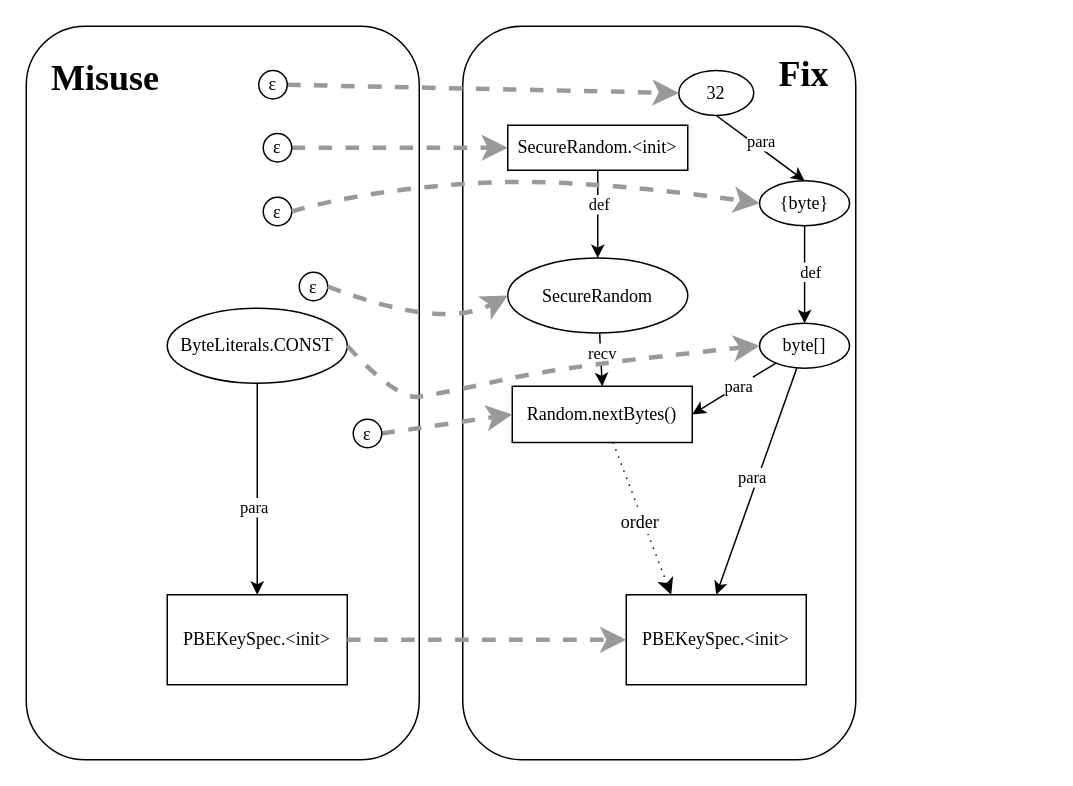
Before: 4-3变更模式.drawio in ToJ112/pic-md, a draw.io diagram. Source tidied: cells renumbered, new cells numbered last; positions are measured from the earlier drawing's top-left corner, leaving out a move shared by most shapes. Both pictures are drawn from the tidied source at 150%, with x=0, y=0 at pixel (26, 26).
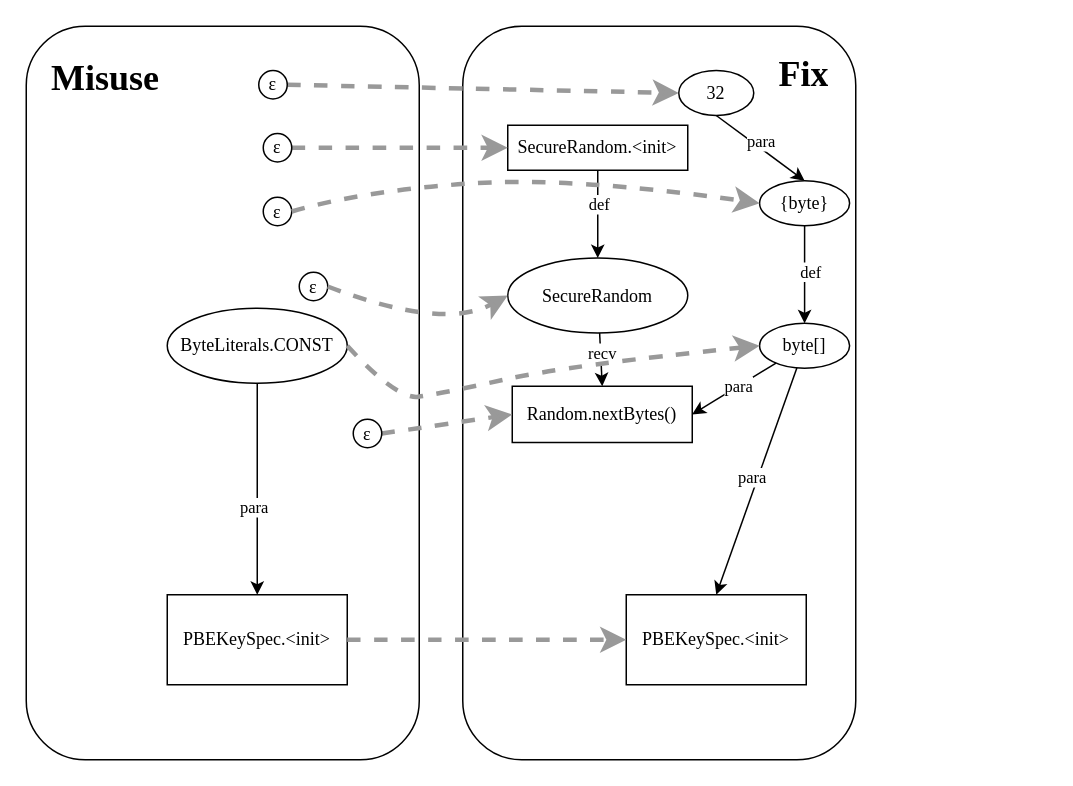
The same diagram, later.

Commit message (it also covers changes not shown here):
更新4-3变更模式.drawio

The change refers to these unchanged cells:
```xml
<mxCell id="13" value="Random.nextBytes()" style="rounded=0;whiteSpace=wrap;html=1;fontFamily=Times New Roman;" parent="1" vertex="1">
  <mxGeometry x="324" y="240" width="120" height="37.5" as="geometry" />
</mxCell>
<mxCell id="14" value="PBEKeySpec.&amp;lt;init&amp;gt;" style="rounded=0;whiteSpace=wrap;html=1;fontFamily=Times New Roman;" parent="1" vertex="1">
  <mxGeometry x="400" y="379" width="120" height="60" as="geometry" />
</mxCell>
```

Change to the diagram source:
```diff
@@
-    <mxCell id="37" style="endArrow=classic;html=1;rounded=0;fontSize=12;startSize=8;endSize=8;curved=1;entryX=0.25;entryY=0;entryDx=0;entryDy=0;dashed=1;dashPattern=1 4;" parent="1" edge="1" source="13" target="14">
-      <mxGeometry relative="1" as="geometry" />
-    </mxCell>
-    <mxCell id="38" value="order" style="edgeLabel;html=1;align=center;verticalAlign=middle;fontSize=12;fontFamily=Times New Roman;" parent="37" vertex="1">
-      <mxGeometry x="0.03" y="-3" relative="1" as="geometry" />
-    </mxCell>
```
